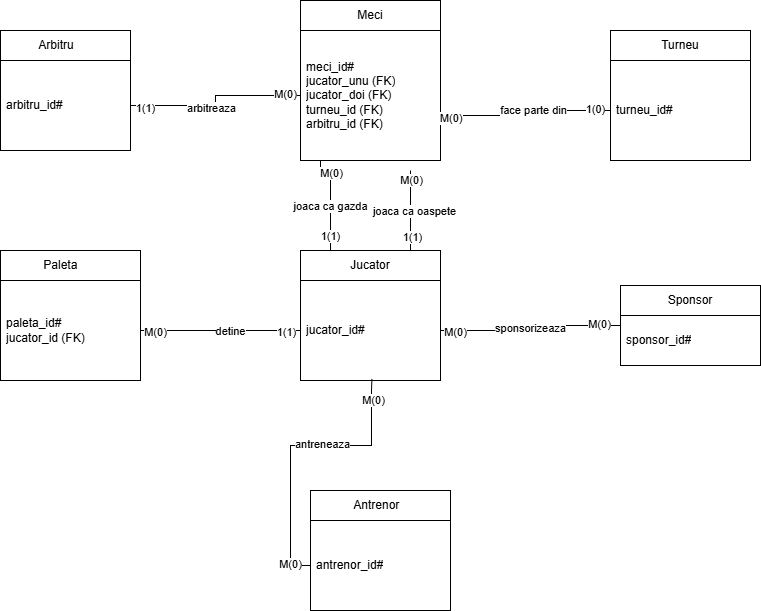
Earlier version of the draw.io export ERD Turneu Tenis de masa.drawio.png (and-11/Table-Tenis-SGBD-Project). Source tidied: cells renumbered, new cells last; positions are measured from the earlier drawing's top-left corner, leaving out a move shared by most shapes.
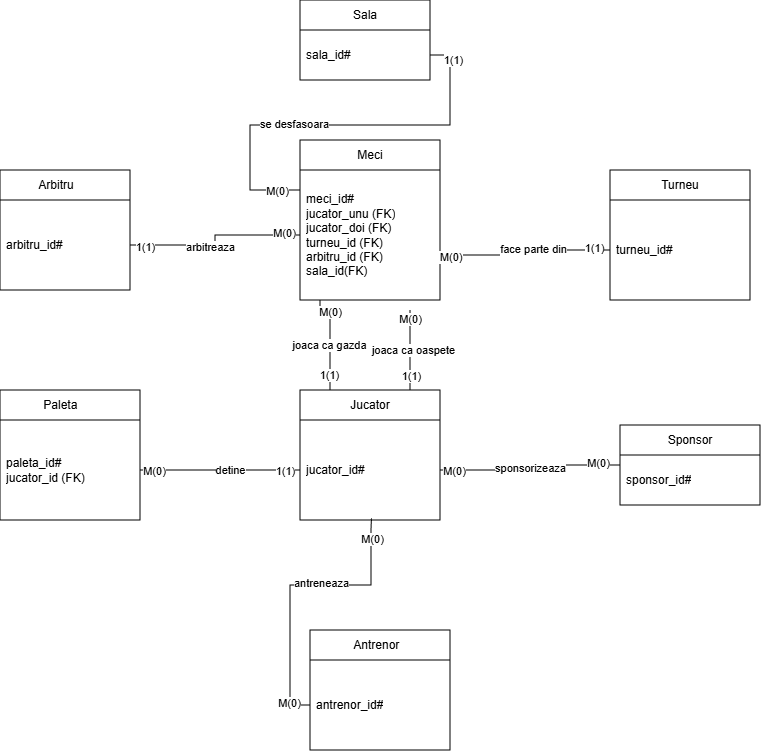
Above is the later version.

The edit, as a diff of the source:
```diff
@@ -23,7 +23,7 @@
     <mxCell id="8" value="Meci" style="swimlane;fontStyle=0;horizontal=1;startSize=30;whiteSpace=wrap;html=1;" parent="1" vertex="1">
       <mxGeometry x="300" width="140" height="160" as="geometry" />
     </mxCell>
-    <mxCell id="9" value="&lt;div&gt;meci_id#&lt;/div&gt;&lt;div&gt;jucator_unu (FK)&lt;/div&gt;&lt;div&gt;jucator_doi (FK)&lt;/div&gt;&lt;div&gt;turneu_id (FK)&lt;/div&gt;&lt;div&gt;arbitru_id (FK)&lt;/div&gt;" style="text;strokeColor=none;fillColor=none;align=left;verticalAlign=middle;spacingLeft=4;spacingRight=4;overflow=hidden;points=[[0,0.5],[1,0.5]];portConstraint=eastwest;whiteSpace=wrap;html=1;" parent="8" vertex="1">
+    <mxCell id="9" value="&lt;div&gt;meci_id#&lt;/div&gt;&lt;div&gt;jucator_unu (FK)&lt;/div&gt;&lt;div&gt;jucator_doi (FK)&lt;/div&gt;&lt;div&gt;turneu_id (FK)&lt;/div&gt;&lt;div&gt;arbitru_id (FK)&lt;/div&gt;&lt;div&gt;sala_id(FK)&lt;/div&gt;" style="text;strokeColor=none;fillColor=none;align=left;verticalAlign=middle;spacingLeft=4;spacingRight=4;overflow=hidden;points=[[0,0.5],[1,0.5]];portConstraint=eastwest;whiteSpace=wrap;html=1;" parent="8" vertex="1">
       <mxGeometry y="30" width="140" height="130" as="geometry" />
     </mxCell>
     <mxCell id="10" value="Jucator" style="swimlane;fontStyle=0;horizontal=1;startSize=30;whiteSpace=wrap;html=1;" parent="1" vertex="1">
@@ -83,8 +83,10 @@
         <mxPoint x="-9" as="offset" />
       </mxGeometry>
     </mxCell>
-    <mxCell id="26" value="1(0)" style="edgeLabel;html=1;align=center;verticalAlign=middle;" parent="23" vertex="1">
-      <mxGeometry x="0.82" y="2" relative="1" as="geometry" />
+    <mxCell id="26" value="1(1&lt;span style=&quot;background-color: light-dark(#ffffff, var(--ge-dark-color, #121212)); color: light-dark(rgb(0, 0, 0), rgb(255, 255, 255));&quot;&gt;)&lt;/span&gt;" style="edgeLabel;html=1;align=center;verticalAlign=middle;" parent="23" vertex="1">
+      <mxGeometry x="0.82" y="2" relative="1" as="geometry">
+        <mxPoint x="-1" as="offset" />
+      </mxGeometry>
     </mxCell>
     <mxCell id="27" style="edgeStyle=orthogonalEdgeStyle;rounded=0;jettySize=auto;html=1;entryX=0;entryY=0.5;entryDx=0;entryDy=0;endArrow=none;endFill=0;" parent="1" edge="1" source="7" target="11">
       <mxGeometry relative="1" as="geometry" />
@@ -158,5 +160,32 @@
         <mxPoint y="7" as="offset" />
       </mxGeometry>
     </mxCell>
+    <mxCell id="43" value="Sala" style="swimlane;fontStyle=0;horizontal=1;startSize=30;whiteSpace=wrap;html=1;" parent="1" vertex="1">
+      <mxGeometry x="300" y="-140" width="130" height="80" as="geometry" />
+    </mxCell>
+    <mxCell id="44" value="&lt;div&gt;sala_id#&lt;/div&gt;" style="text;strokeColor=none;fillColor=none;align=left;verticalAlign=middle;spacingLeft=4;spacingRight=4;overflow=hidden;points=[[0,0.5],[1,0.5]];portConstraint=eastwest;whiteSpace=wrap;html=1;" parent="43" vertex="1">
+      <mxGeometry y="30" width="130" height="50" as="geometry" />
+    </mxCell>
+    <mxCell id="45" style="edgeStyle=orthogonalEdgeStyle;rounded=0;jettySize=auto;html=1;entryX=1;entryY=0.5;entryDx=0;entryDy=0;endArrow=none;endFill=0;" parent="1" edge="1" source="9" target="44">
+      <mxGeometry relative="1" as="geometry">
+        <Array as="points">
+          <mxPoint x="250" y="50" />
+          <mxPoint x="250" y="-15" />
+          <mxPoint x="450" y="-15" />
+          <mxPoint x="450" y="-85" />
+        </Array>
+      </mxGeometry>
+    </mxCell>
+    <mxCell id="46" value="M(0)" style="edgeLabel;html=1;align=center;verticalAlign=middle;" parent="45" vertex="1">
+      <mxGeometry x="-0.95" y="1" relative="1" as="geometry">
+        <mxPoint x="-13" as="offset" />
+      </mxGeometry>
+    </mxCell>
+    <mxCell id="47" value="se desfasoara" style="edgeLabel;html=1;align=center;verticalAlign=middle;" parent="45" vertex="1">
+      <mxGeometry x="-0.22" y="1" relative="1" as="geometry" />
+    </mxCell>
+    <mxCell id="48" value="1(1)" style="edgeLabel;html=1;align=center;verticalAlign=middle;" parent="45" vertex="1">
+      <mxGeometry x="0.88" y="-3" relative="1" as="geometry" />
+    </mxCell>
   </root>
 </mxGraphModel>
```
